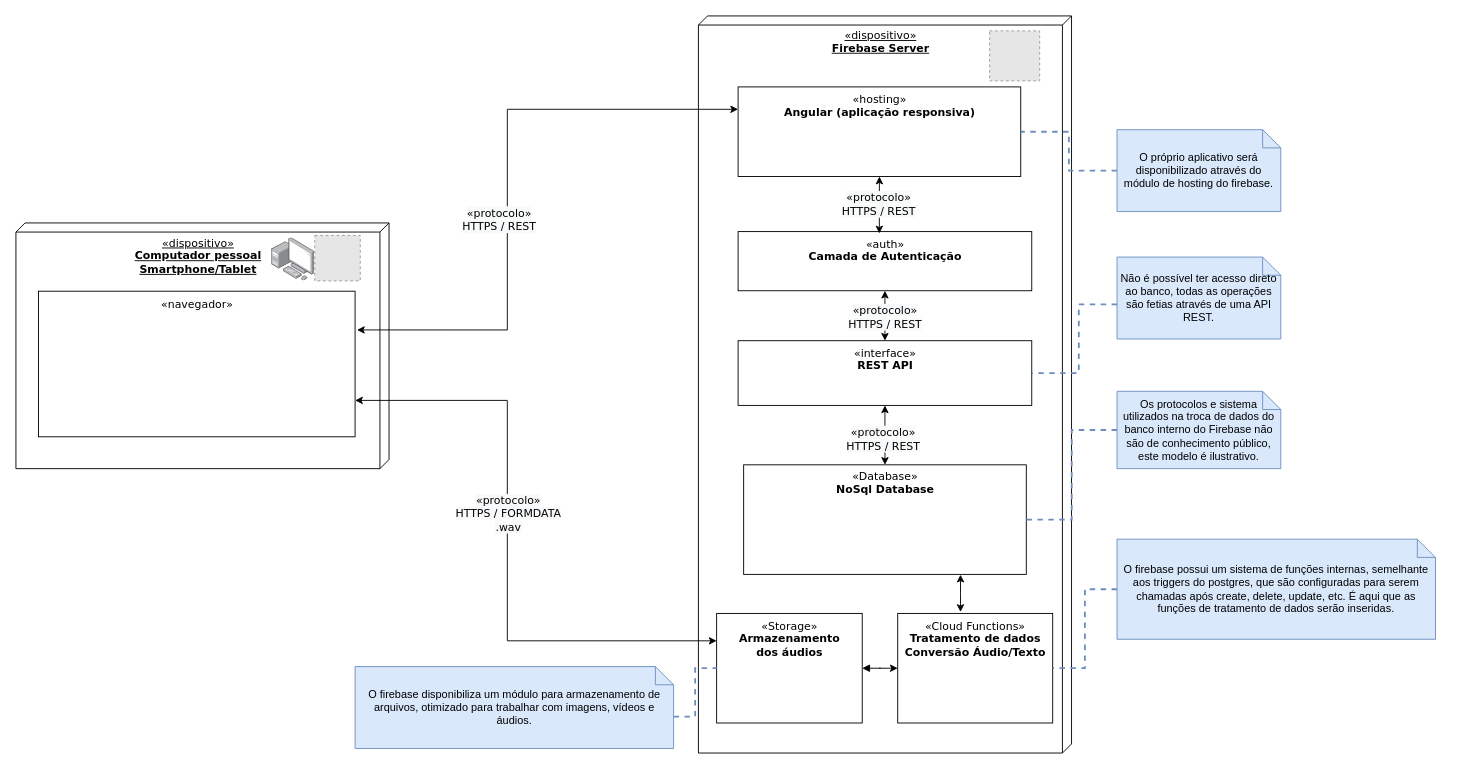
The draw.io diagram Modelagem Arquitetura/Modelo de Implantação.drawio in BrunoLunardi/SIN412-DESENVOLVIMENTO-APP, before the edit. Source tidied: cells renumbered, new cells numbered last; positions are measured from the earlier drawing's top-left corner, leaving out a move shared by most shapes. Both pictures are drawn from the tidied source at 91%, with x=0, y=0 at pixel (15, 15). Pictures stored in the file or linked from it are replaced by grey dashed boxes.
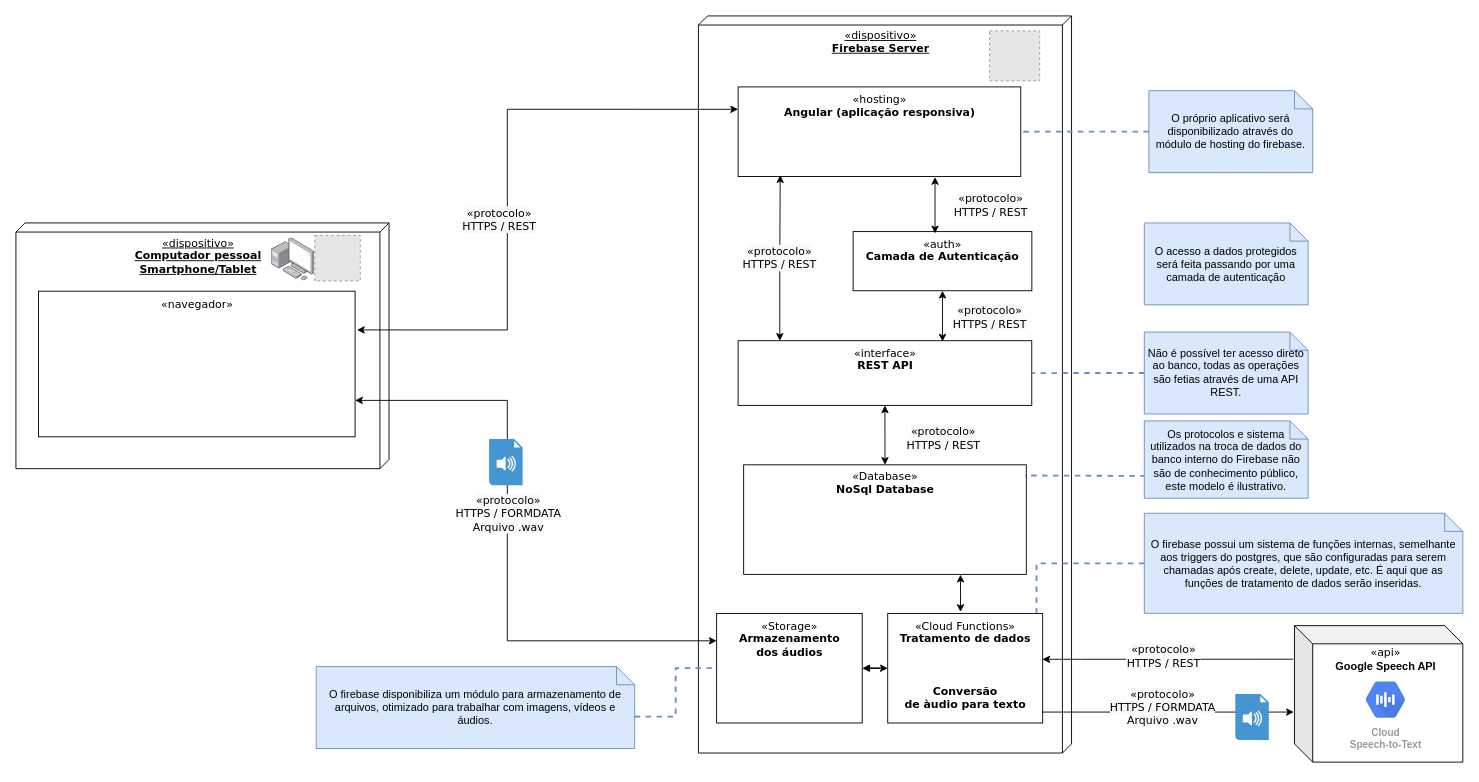
The same page after the edit.

Commit message (it also covers changes not shown here):
api do google no modelo de implantacao

The change refers to these unchanged cells:
```xml
<mxCell id="4" style="group;" parent="3" vertex="1">
  <mxGeometry width="410" height="810" as="geometry" />
</mxCell>
<mxCell id="6" style="edgeStyle=none;rounded=0;jettySize=auto;html=1;exitX=0.5;exitY=1;exitDx=0;exitDy=0;entryX=0.5;entryY=0;entryDx=0;entryDy=0;startArrow=classic;startFill=1;" parent="4" edge="1" source="8" target="10">
  <mxGeometry relative="1" as="geometry" />
</mxCell>
<mxCell id="8" value="«interface»&lt;br&gt;&lt;b&gt;REST API&lt;/b&gt;" style="html=1;rounded=0;shadow=0;comic=0;labelBackgroundColor=none;strokeWidth=1;fontFamily=Verdana;fontSize=12;align=center;verticalAlign=top;" parent="4" vertex="1">
  <mxGeometry x="43.6" y="356.9" width="322.7" height="71.1" as="geometry" />
</mxCell>
<mxCell id="10" value="«Database»&lt;br&gt;&lt;b&gt;NoSql Database&lt;/b&gt;" style="html=1;rounded=0;shadow=0;comic=0;labelBackgroundColor=none;strokeWidth=1;fontFamily=Verdana;fontSize=12;align=center;verticalAlign=top;" parent="4" vertex="1">
  <mxGeometry x="49.7" y="493.3" width="310.6" height="120.4" as="geometry" />
</mxCell>
<mxCell id="13" value="«hosting»&lt;br&gt;&lt;b&gt;Angular (aplicação responsiva)&lt;/b&gt;" style="html=1;rounded=0;shadow=0;comic=0;labelBackgroundColor=none;strokeWidth=1;fontFamily=Verdana;fontSize=12;align=center;verticalAlign=top;" parent="4" vertex="1">
  <mxGeometry x="43.6" y="78" width="310.6" height="98.5" as="geometry" />
</mxCell>
<mxCell id="15" value="«Storage»&lt;br&gt;&lt;b&gt;Armazenamento&lt;br&gt;dos áudios&lt;br&gt;&lt;/b&gt;" style="html=1;rounded=0;shadow=0;comic=0;labelBackgroundColor=none;strokeWidth=1;fontFamily=Verdana;fontSize=12;align=center;verticalAlign=top;" parent="4" vertex="1">
  <mxGeometry x="20" y="656.6" width="160" height="120.4" as="geometry" />
</mxCell>
<mxCell id="21" value="«navegador»" style="html=1;rounded=0;shadow=0;comic=0;labelBackgroundColor=none;strokeWidth=1;fontFamily=Verdana;fontSize=12;align=center;verticalAlign=top;" parent="1" vertex="1">
  <mxGeometry x="24.8" y="302.5" width="347.9" height="160" as="geometry" />
</mxCell>
```

Change to the diagram source:
```diff
@@
-    <mxCell id="2" style="group;fontStyle=0;" parent="1" vertex="1">
-      <mxGeometry x="530" y="80" width="630" height="740" as="geometry" />
-    </mxCell>
-    <mxCell id="3" style="group;" parent="2" vertex="1">
-      <mxGeometry x="220" y="-80" width="410" height="810" as="geometry" />
+    <mxCell id="3" style="group;" parent="1" vertex="1">
+      <mxGeometry x="750" width="410" height="810" as="geometry" />
     </mxCell>
@@
     <mxCell id="7" value="&lt;span style=&quot;font-family: &amp;#34;verdana&amp;#34; ; font-size: 12px ; background-color: rgb(248 , 249 , 250)&quot;&gt;«protocolo»&lt;/span&gt;&lt;br style=&quot;font-family: &amp;#34;verdana&amp;#34; ; font-size: 12px&quot;&gt;&lt;span style=&quot;font-family: &amp;#34;verdana&amp;#34; ; font-size: 12px ; background-color: rgb(248 , 249 , 250)&quot;&gt;HTTPS / REST&lt;/span&gt;" style="edgeLabel;html=1;align=center;verticalAlign=middle;" parent="6" vertex="1">
-      <mxGeometry x="0.09" y="-2" relative="1" as="geometry" />
+      <mxGeometry x="0.09" y="-2" relative="1" as="geometry">
+        <mxPoint x="65.2" y="-0.9" as="offset" />
+      </mxGeometry>
     </mxCell>
@@
-    <mxCell id="12" value="«Cloud Functions»&lt;br&gt;&lt;b&gt;Tratamento de dados&lt;br&gt;Conversão Áudio/Texto&lt;br&gt;&lt;/b&gt;" style="html=1;rounded=0;shadow=0;comic=0;labelBackgroundColor=none;strokeWidth=1;fontFamily=Verdana;fontSize=12;align=center;verticalAlign=top;" parent="4" vertex="1">
-      <mxGeometry x="219" y="656.6" width="170.3" height="120.4" as="geometry" />
+    <mxCell id="12" value="«Cloud Functions»&lt;br&gt;&lt;b&gt;Tratamento de dados&lt;br&gt;&lt;br&gt;&lt;br&gt;&lt;br&gt;Conversão &lt;br&gt;de àudio para texto&lt;br&gt;&lt;/b&gt;" style="html=1;rounded=0;shadow=0;comic=0;labelBackgroundColor=none;strokeWidth=1;fontFamily=Verdana;fontSize=12;align=center;verticalAlign=top;" parent="4" vertex="1">
+      <mxGeometry x="208" y="656.6" width="170.3" height="120.4" as="geometry" />
     </mxCell>
@@
-    <mxCell id="16" value="O firebase disponibiliza um módulo para armazenamento de arquivos, otimizado para trabalhar com imagens, vídeos e áudios." style="shape=note;size=20;whiteSpace=wrap;html=1;fillColor=#dae8fc;strokeColor=#6c8ebf;" parent="2" vertex="1">
-      <mxGeometry x="-157.3" y="635" width="350" height="90" as="geometry" />
-    </mxCell>
-    <mxCell id="17" style="edgeStyle=orthogonalEdgeStyle;rounded=0;jettySize=auto;html=1;exitX=0;exitY=0;exitDx=350;exitDy=55;exitPerimeter=0;startArrow=none;startFill=0;fillColor=#dae8fc;strokeColor=#6c8ebf;dashed=1;endArrow=none;endFill=0;strokeWidth=2;" parent="2" edge="1" source="16" target="15">
-      <mxGeometry relative="1" as="geometry" />
-    </mxCell>
+    <mxCell id="39" style="edgeStyle=orthogonalEdgeStyle;rounded=0;jettySize=auto;html=1;startArrow=classic;startFill=1;entryX=0.149;entryY=0.985;entryDx=0;entryDy=0;entryPerimeter=0;exitX=0.142;exitY=0.002;exitDx=0;exitDy=0;exitPerimeter=0;" parent="4" edge="1" source="8" target="13">
+      <mxGeometry relative="1" as="geometry" />
+    </mxCell>
+    <mxCell id="40" value="&lt;span style=&quot;font-family: &amp;#34;verdana&amp;#34; ; font-size: 12px ; background-color: rgb(248 , 249 , 250)&quot;&gt;«protocolo»&lt;br&gt;HTTPS / REST&lt;br&gt;&lt;/span&gt;" style="edgeLabel;html=1;align=center;verticalAlign=middle;" parent="39" vertex="1">
+      <mxGeometry x="-0.15" y="1" relative="1" as="geometry">
+        <mxPoint y="-13.6" as="offset" />
+      </mxGeometry>
+    </mxCell>
+    <mxCell id="20" value="«dispositivo»&lt;br&gt;&lt;b&gt;Computador pessoal&lt;br&gt;&lt;/b&gt;&lt;b&gt;Smartphone/Tablet&lt;/b&gt;" style="verticalAlign=top;align=center;spacingTop=8;spacingLeft=2;spacingRight=12;shape=cube;size=10;direction=south;fontStyle=4;html=1;rounded=0;shadow=0;comic=0;labelBackgroundColor=none;strokeWidth=1;fontFamily=Verdana;fontSize=12;" parent="1" vertex="1">
+      <mxGeometry y="227.5" width="410" height="270" as="geometry" />
+    </mxCell>
+    <mxCell id="28" style="rounded=0;jettySize=auto;html=1;startArrow=classic;startFill=1;entryX=0;entryY=0.25;entryDx=0;entryDy=0;exitX=1;exitY=0.75;exitDx=0;exitDy=0;edgeStyle=orthogonalEdgeStyle;" parent="1" edge="1" source="21" target="15">
+      <mxGeometry relative="1" as="geometry">
+        <Array as="points">
+          <mxPoint x="540" y="423" />
+          <mxPoint x="540" y="687" />
+        </Array>
+      </mxGeometry>
+    </mxCell>
+    <mxCell id="29" value="&lt;span style=&quot;font-family: &amp;#34;verdana&amp;#34; ; font-size: 12px ; background-color: rgb(248 , 249 , 250)&quot;&gt;«protocolo»&lt;br&gt;HTTPS / FORMDATA&lt;br&gt;Arquivo .wav&lt;br&gt;&lt;/span&gt;" style="edgeLabel;html=1;align=center;verticalAlign=middle;" parent="28" vertex="1">
+      <mxGeometry x="0.2" y="1" relative="1" as="geometry">
+        <mxPoint x="-1" y="-106" as="offset" />
+      </mxGeometry>
+    </mxCell>
+    <mxCell id="41" value="&lt;span style=&quot;font-family: &amp;#34;verdana&amp;#34; ; font-size: 12px ; background-color: rgb(248 , 249 , 250)&quot;&gt;&lt;br&gt;&lt;/span&gt;" style="edgeLabel;html=1;align=center;verticalAlign=middle;" parent="28" vertex="1">
+      <mxGeometry x="0.2" y="1" relative="1" as="geometry">
+        <mxPoint x="729" y="164.4" as="offset" />
+      </mxGeometry>
+    </mxCell>
+    <mxCell id="42" style="shape=cube;whiteSpace=wrap;html=1;boundedLbl=1;backgroundOutline=1;darkOpacity=0.05;darkOpacity2=0.1;" parent="1" vertex="1">
+      <mxGeometry x="1405" y="670" width="185" height="150" as="geometry" />
+    </mxCell>
-    <mxCell id="18" style="edgeStyle=orthogonalEdgeStyle;rounded=0;jettySize=auto;html=1;exitX=0;exitY=0.5;exitDx=0;exitDy=0;exitPerimeter=0;entryX=1;entryY=0.5;entryDx=0;entryDy=0;fillColor=#dae8fc;strokeColor=#6c8ebf;endArrow=none;endFill=0;dashed=1;strokeWidth=2;" parent="1" edge="1" source="23" target="10">
-      <mxGeometry relative="1" as="geometry" />
+    <mxCell id="18" style="edgeStyle=orthogonalEdgeStyle;rounded=0;jettySize=auto;html=1;exitX=-0.009;exitY=0.712;exitDx=0;exitDy=0;exitPerimeter=0;entryX=0.996;entryY=0.097;entryDx=0;entryDy=0;fillColor=#dae8fc;strokeColor=#6c8ebf;endArrow=none;endFill=0;dashed=1;strokeWidth=2;entryPerimeter=0;" parent="1" edge="1" source="23" target="10">
+      <mxGeometry relative="1" as="geometry">
+        <Array as="points">
+          <mxPoint x="1240" y="506" />
+        </Array>
+      </mxGeometry>
     </mxCell>
-    <mxCell id="19" style="edgeStyle=orthogonalEdgeStyle;rounded=0;jettySize=auto;html=1;exitX=0;exitY=0.5;exitDx=0;exitDy=0;exitPerimeter=0;entryX=1;entryY=0.5;entryDx=0;entryDy=0;fillColor=#dae8fc;strokeColor=#6c8ebf;dashed=1;endArrow=none;endFill=0;strokeWidth=2;" parent="1" edge="1" source="24" target="12">
-      <mxGeometry relative="1" as="geometry" />
-    </mxCell>
-    <mxCell id="20" value="«dispositivo»&lt;br&gt;&lt;b&gt;Computador pessoal&lt;br&gt;&lt;/b&gt;&lt;b&gt;Smartphone/Tablet&lt;/b&gt;" style="verticalAlign=top;align=center;spacingTop=8;spacingLeft=2;spacingRight=12;shape=cube;size=10;direction=south;fontStyle=4;html=1;rounded=0;shadow=0;comic=0;labelBackgroundColor=none;strokeWidth=1;fontFamily=Verdana;fontSize=12;" parent="1" vertex="1">
-      <mxGeometry y="227.5" width="410" height="270" as="geometry" />
-    </mxCell>
@@
     <mxCell id="23" value="Os protocolos e sistema utilizados na troca de dados do banco interno do Firebase não são de conhecimento público, este modelo é ilustrativo." style="shape=note;size=20;whiteSpace=wrap;html=1;fillColor=#dae8fc;strokeColor=#6c8ebf;" parent="1" vertex="1">
-      <mxGeometry x="1210" y="412.5" width="180" height="85" as="geometry" />
+      <mxGeometry x="1240" y="445" width="180" height="85" as="geometry" />
     </mxCell>
     <mxCell id="24" value="O firebase possui um sistema de funções internas, semelhante aos triggers do postgres, que são configuradas para serem chamadas após create, delete, update, etc. É aqui que as funções de tratamento de dados serão inseridas." style="shape=note;size=20;whiteSpace=wrap;html=1;fillColor=#dae8fc;strokeColor=#6c8ebf;" parent="1" vertex="1">
-      <mxGeometry x="1210" y="575" width="350" height="110" as="geometry" />
+      <mxGeometry x="1240" y="546.5" width="350" height="110" as="geometry" />
     </mxCell>
@@
-    <mxCell id="28" style="rounded=0;jettySize=auto;html=1;startArrow=classic;startFill=1;entryX=0;entryY=0.25;entryDx=0;entryDy=0;exitX=1;exitY=0.75;exitDx=0;exitDy=0;edgeStyle=orthogonalEdgeStyle;" parent="1" edge="1" source="21" target="15">
-      <mxGeometry relative="1" as="geometry">
-        <Array as="points">
-          <mxPoint x="540" y="423" />
-          <mxPoint x="540" y="687" />
-        </Array>
-      </mxGeometry>
-    </mxCell>
-    <mxCell id="29" value="&lt;span style=&quot;font-family: &amp;#34;verdana&amp;#34; ; font-size: 12px ; background-color: rgb(248 , 249 , 250)&quot;&gt;«protocolo»&lt;br&gt;HTTPS / FORMDATA&lt;br&gt;.wav&lt;br&gt;&lt;/span&gt;" style="edgeLabel;html=1;align=center;verticalAlign=middle;" parent="28" vertex="1">
-      <mxGeometry x="0.2" y="1" relative="1" as="geometry">
-        <mxPoint x="-1" y="-106" as="offset" />
-      </mxGeometry>
-    </mxCell>
@@
     <mxCell id="31" value="O próprio aplicativo será disponibilizado através do módulo de hosting do firebase." style="shape=note;size=20;whiteSpace=wrap;html=1;fillColor=#dae8fc;strokeColor=#6c8ebf;" parent="1" vertex="1">
-      <mxGeometry x="1210" y="125" width="180" height="90" as="geometry" />
+      <mxGeometry x="1245" y="82.2" width="180" height="90" as="geometry" />
     </mxCell>
-    <mxCell id="32" style="edgeStyle=orthogonalEdgeStyle;rounded=0;jettySize=auto;html=1;startArrow=none;startFill=0;entryX=1;entryY=0.5;entryDx=0;entryDy=0;fillColor=#dae8fc;strokeColor=#6c8ebf;dashed=1;endArrow=none;endFill=0;strokeWidth=2;" parent="1" edge="1" source="33" target="8">
+    <mxCell id="32" style="edgeStyle=orthogonalEdgeStyle;rounded=0;jettySize=auto;html=1;startArrow=none;startFill=0;entryX=1;entryY=0.5;entryDx=0;entryDy=0;fillColor=#dae8fc;strokeColor=#6c8ebf;dashed=1;endArrow=none;endFill=0;strokeWidth=2;exitX=0;exitY=0.5;exitDx=0;exitDy=0;exitPerimeter=0;" parent="1" edge="1" source="33" target="8">
       <mxGeometry relative="1" as="geometry">
         <Array as="points">
-          <mxPoint x="1168" y="317" />
+          <mxPoint x="1200" y="392" />
+          <mxPoint x="1200" y="392" />
         </Array>
       </mxGeometry>
     </mxCell>
     <mxCell id="33" value="Não é possível ter acesso direto ao banco, todas as operações são fetias através de uma API REST." style="shape=note;size=20;whiteSpace=wrap;html=1;fillColor=#dae8fc;strokeColor=#6c8ebf;" parent="1" vertex="1">
-      <mxGeometry x="1210" y="265" width="180" height="90" as="geometry" />
+      <mxGeometry x="1240" y="347.4" width="180" height="90" as="geometry" />
     </mxCell>
     <mxCell id="34" value="«auth»&lt;br&gt;&lt;b&gt;Camada de Autenticação&lt;/b&gt;" style="html=1;rounded=0;shadow=0;comic=0;labelBackgroundColor=none;strokeWidth=1;fontFamily=Verdana;fontSize=12;align=center;verticalAlign=top;" parent="1" vertex="1">
-      <mxGeometry x="793.6" y="237" width="322.7" height="65" as="geometry" />
+      <mxGeometry x="920" y="237" width="196.4" height="65" as="geometry" />
     </mxCell>
-    <mxCell id="35" style="edgeStyle=orthogonalEdgeStyle;rounded=0;jettySize=auto;html=1;startArrow=classic;startFill=1;entryX=0.5;entryY=1;entryDx=0;entryDy=0;exitX=0.481;exitY=0.031;exitDx=0;exitDy=0;exitPerimeter=0;" parent="1" edge="1" source="34" target="13">
-      <mxGeometry relative="1" as="geometry" />
+    <mxCell id="35" style="edgeStyle=orthogonalEdgeStyle;rounded=0;orthogonalLoop=1;jettySize=auto;html=1;startArrow=classic;startFill=1;" parent="1" edge="1">
+      <mxGeometry relative="1" as="geometry">
+        <mxPoint x="1010" y="239" as="sourcePoint" />
+        <mxPoint x="1010" y="177" as="targetPoint" />
+        <Array as="points">
+          <mxPoint x="1010" y="239" />
+        </Array>
+      </mxGeometry>
     </mxCell>
     <mxCell id="36" value="&lt;span style=&quot;font-family: &amp;#34;verdana&amp;#34; ; font-size: 12px ; background-color: rgb(248 , 249 , 250)&quot;&gt;«protocolo»&lt;br&gt;HTTPS / REST&lt;br&gt;&lt;/span&gt;" style="edgeLabel;html=1;align=center;verticalAlign=middle;" parent="35" vertex="1">
       <mxGeometry x="-0.15" y="1" relative="1" as="geometry">
-        <mxPoint y="-6" as="offset" />
+        <mxPoint x="61" y="-6" as="offset" />
       </mxGeometry>
     </mxCell>
-    <mxCell id="37" style="edgeStyle=none;rounded=0;jettySize=auto;html=1;exitX=0.5;exitY=1;exitDx=0;exitDy=0;startArrow=classic;startFill=1;entryX=0.5;entryY=0;entryDx=0;entryDy=0;" parent="1" edge="1" source="34" target="8">
+    <mxCell id="37" style="edgeStyle=orthogonalEdgeStyle;rounded=0;jettySize=auto;html=1;exitX=0.5;exitY=1;exitDx=0;exitDy=0;startArrow=classic;startFill=1;entryX=0.696;entryY=0.013;entryDx=0;entryDy=0;entryPerimeter=0;" parent="1" edge="1" source="34" target="8">
       <mxGeometry relative="1" as="geometry" />
     </mxCell>
     <mxCell id="38" value="&lt;span style=&quot;font-family: &amp;#34;verdana&amp;#34; ; font-size: 12px ; background-color: rgb(248 , 249 , 250)&quot;&gt;«protocolo»&lt;/span&gt;&lt;br style=&quot;font-family: &amp;#34;verdana&amp;#34; ; font-size: 12px&quot;&gt;&lt;span style=&quot;font-family: &amp;#34;verdana&amp;#34; ; font-size: 12px ; background-color: rgb(248 , 249 , 250)&quot;&gt;HTTPS / REST&lt;/span&gt;" style="edgeLabel;html=1;align=center;verticalAlign=middle;" parent="37" vertex="1">
       <mxGeometry x="-0.15" relative="1" as="geometry">
-        <mxPoint y="5" as="offset" />
+        <mxPoint x="51.8" y="5" as="offset" />
       </mxGeometry>
     </mxCell>
+    <mxCell id="43" value="&lt;span style=&quot;font-family: &amp;#34;verdana&amp;#34;&quot;&gt;«api»&lt;br&gt;&lt;/span&gt;&lt;b&gt;Google Speech API&lt;/b&gt;" style="text;html=1;align=center;verticalAlign=middle;" parent="1" vertex="1">
+      <mxGeometry x="1440" y="692" width="130" height="30" as="geometry" />
+    </mxCell>
+    <mxCell id="44" value="O acesso a dados protegidos será feita passando por uma camada de autenticação" style="shape=note;size=20;whiteSpace=wrap;html=1;fillColor=#dae8fc;strokeColor=#6c8ebf;" parent="1" vertex="1">
+      <mxGeometry x="1240" y="227.5" width="180" height="90" as="geometry" />
+    </mxCell>
+    <mxCell id="45" value="Cloud&#10;Speech-to-Text" style="html=1;fillColor=#5184F3;strokeColor=none;verticalAlign=top;labelPosition=center;verticalLabelPosition=bottom;align=center;spacingTop=-6;fontSize=11;fontStyle=1;fontColor=#999999;shape=mxgraph.gcp2.hexIcon;prIcon=cloud_speech_api;" parent="1" vertex="1">
+      <mxGeometry x="1472" y="722" width="66" height="58.5" as="geometry" />
+    </mxCell>
+    <mxCell id="46" style="edgeStyle=orthogonalEdgeStyle;rounded=0;orthogonalLoop=1;jettySize=auto;html=1;startArrow=classic;startFill=1;exitX=-0.004;exitY=0.703;exitDx=0;exitDy=0;exitPerimeter=0;endArrow=none;endFill=0;" parent="1" edge="1">
+      <mxGeometry relative="1" as="geometry">
+        <mxPoint x="1404.3" y="765.4" as="sourcePoint" />
+        <mxPoint x="1128" y="765" as="targetPoint" />
+        <Array as="points">
+          <mxPoint x="1128" y="766" />
+        </Array>
+      </mxGeometry>
+    </mxCell>
+    <mxCell id="47" style="shadow=0;dashed=0;html=1;strokeColor=none;fillColor=#4495D1;labelPosition=center;verticalLabelPosition=bottom;verticalAlign=top;align=center;shape=mxgraph.veeam.audio_file;" parent="1" vertex="1">
+      <mxGeometry x="1340" y="745" width="36.8" height="50.8" as="geometry" />
+    </mxCell>
+    <mxCell id="48" style="edgeStyle=orthogonalEdgeStyle;rounded=0;jettySize=auto;html=1;startArrow=classic;startFill=1;endArrow=none;endFill=0;entryX=-0.007;entryY=0.246;entryDx=0;entryDy=0;entryPerimeter=0;" parent="1" edge="1" target="42">
+      <mxGeometry relative="1" as="geometry">
+        <mxPoint x="1128" y="707" as="sourcePoint" />
+        <Array as="points">
+          <mxPoint x="1170" y="707" />
+          <mxPoint x="1170" y="707" />
+        </Array>
+      </mxGeometry>
+    </mxCell>
+    <mxCell id="49" value="&lt;span style=&quot;font-family: &amp;#34;verdana&amp;#34; ; font-size: 12px ; background-color: rgb(248 , 249 , 250)&quot;&gt;«protocolo»&lt;/span&gt;&lt;br style=&quot;font-family: &amp;#34;verdana&amp;#34; ; font-size: 12px&quot;&gt;&lt;span style=&quot;font-family: &amp;#34;verdana&amp;#34; ; font-size: 12px ; background-color: rgb(248 , 249 , 250)&quot;&gt;HTTPS / FORMDATA&lt;/span&gt;&lt;br style=&quot;font-family: &amp;#34;verdana&amp;#34; ; font-size: 12px&quot;&gt;&lt;span style=&quot;font-family: &amp;#34;verdana&amp;#34; ; font-size: 12px ; background-color: rgb(248 , 249 , 250)&quot;&gt;Arquivo .wav&lt;/span&gt;" style="edgeLabel;html=1;align=center;verticalAlign=middle;" parent="48" vertex="1">
+      <mxGeometry x="1" y="-150" relative="1" as="geometry">
+        <mxPoint x="-144.1" y="-96.9" as="offset" />
+      </mxGeometry>
+    </mxCell>
+    <mxCell id="50" value="&lt;span style=&quot;font-family: &amp;#34;verdana&amp;#34; ; font-size: 12px ; background-color: rgb(248 , 249 , 250)&quot;&gt;«protocolo»&lt;/span&gt;&lt;br style=&quot;font-family: &amp;#34;verdana&amp;#34; ; font-size: 12px&quot;&gt;&lt;span style=&quot;font-family: &amp;#34;verdana&amp;#34; ; font-size: 12px ; background-color: rgb(248 , 249 , 250)&quot;&gt;HTTPS / REST&lt;/span&gt;" style="edgeLabel;html=1;align=center;verticalAlign=middle;" parent="48" vertex="1">
+      <mxGeometry x="0.21" y="3" relative="1" as="geometry">
+        <mxPoint x="-34.9" as="offset" />
+      </mxGeometry>
+    </mxCell>
+    <mxCell id="19" style="edgeStyle=orthogonalEdgeStyle;rounded=0;jettySize=auto;html=1;exitX=0;exitY=0.5;exitDx=0;exitDy=0;exitPerimeter=0;entryX=0.96;entryY=-0.007;entryDx=0;entryDy=0;fillColor=#dae8fc;strokeColor=#6c8ebf;dashed=1;endArrow=none;endFill=0;strokeWidth=2;entryPerimeter=0;" parent="1" edge="1" source="24" target="12">
+      <mxGeometry relative="1" as="geometry" />
+    </mxCell>
+    <mxCell id="16" value="O firebase disponibiliza um módulo para armazenamento de arquivos, otimizado para trabalhar com imagens, vídeos e áudios." style="shape=note;size=20;whiteSpace=wrap;html=1;fillColor=#dae8fc;strokeColor=#6c8ebf;" parent="1" vertex="1">
+      <mxGeometry x="330" y="715" width="350" height="90" as="geometry" />
+    </mxCell>
+    <mxCell id="17" style="edgeStyle=orthogonalEdgeStyle;rounded=0;jettySize=auto;html=1;exitX=0;exitY=0;exitDx=350;exitDy=55;exitPerimeter=0;startArrow=none;startFill=0;fillColor=#dae8fc;strokeColor=#6c8ebf;dashed=1;endArrow=none;endFill=0;strokeWidth=2;" parent="1" edge="1" source="16" target="15">
+      <mxGeometry relative="1" as="geometry" />
+    </mxCell>
+    <mxCell id="51" style="shadow=0;dashed=0;html=1;strokeColor=none;fillColor=#4495D1;labelPosition=center;verticalLabelPosition=bottom;verticalAlign=top;align=center;shape=mxgraph.veeam.audio_file;" parent="1" vertex="1">
+      <mxGeometry x="520" y="465" width="36.8" height="50.8" as="geometry" />
+    </mxCell>
```
